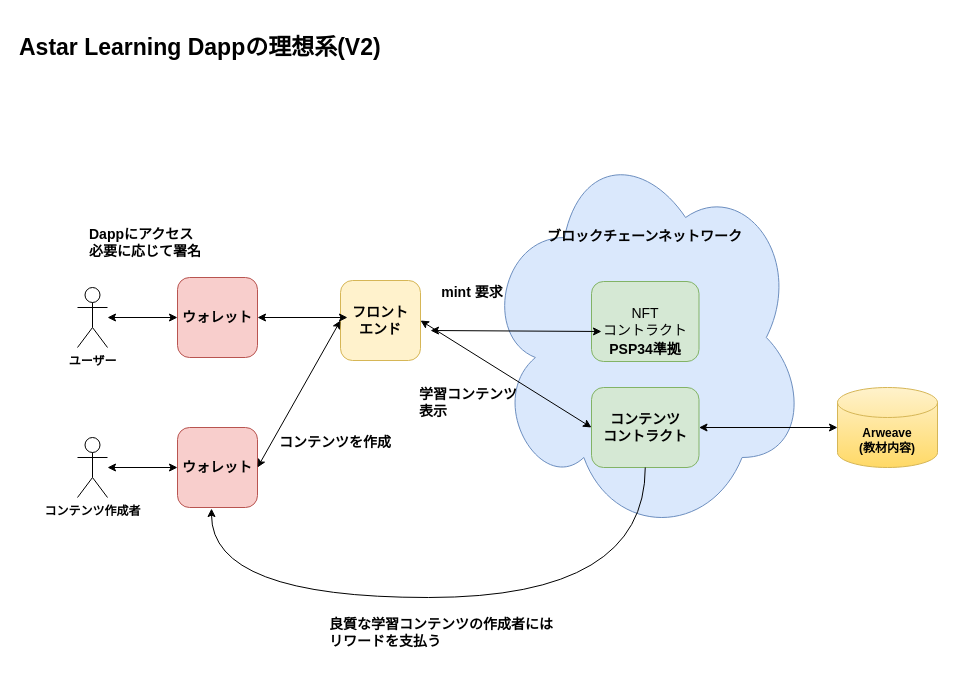
mashharuki/AstarLearning keeps this draw.io diagram as page "理想" (2 of 3) of docs/システム構成イメージ.drawio. Above is the earlier version. Source tidied: cells renumbered, new cells numbered last; positions are measured from the earlier drawing's top-left corner, leaving out a move shared by most shapes. Both pictures are drawn from the tidied source at 100%, with x=0, y=0 at pixel (17, 17).
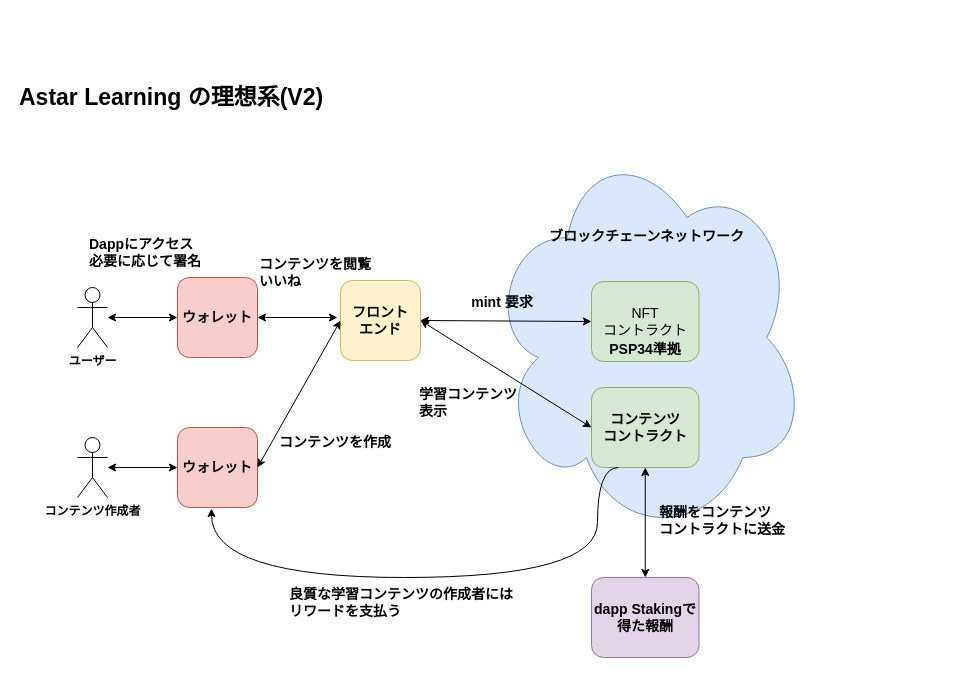
The same page after the edit.

Unchanged cells that the change refers to:
```xml
<mxCell id="4" value="ウォレット" style="rounded=1;whiteSpace=wrap;html=1;fontSize=14;fillColor=#f8cecc;strokeColor=#b85450;fontStyle=1;" parent="1" vertex="1">
  <mxGeometry x="160" y="260" width="80" height="80" as="geometry" />
</mxCell>
<mxCell id="5" value="フロント&lt;br&gt;エンド" style="rounded=1;whiteSpace=wrap;html=1;fontSize=14;fillColor=#fff2cc;strokeColor=#d6b656;fontStyle=1;" parent="1" vertex="1">
  <mxGeometry x="323" y="263" width="80" height="80" as="geometry" />
</mxCell>
<mxCell id="6" value="NFT&lt;br&gt;コントラクト" style="rounded=1;whiteSpace=wrap;html=1;fontSize=14;fillColor=#d5e8d4;strokeColor=#82b366;" parent="1" vertex="1">
  <mxGeometry x="574" y="264" width="107.5" height="80" as="geometry" />
</mxCell>
<mxCell id="14" value="コンテンツ&lt;br&gt;コントラクト" style="rounded=1;whiteSpace=wrap;html=1;fontSize=14;fillColor=#d5e8d4;strokeColor=#82b366;fontStyle=1;" parent="1" vertex="1">
  <mxGeometry x="574" y="370" width="107.5" height="80" as="geometry" />
</mxCell>
<mxCell id="17" value="ウォレット" style="rounded=1;whiteSpace=wrap;html=1;fontSize=14;fillColor=#f8cecc;strokeColor=#b85450;fontStyle=1;" parent="1" vertex="1">
  <mxGeometry x="160" y="410" width="80" height="80" as="geometry" />
</mxCell>
```

Change to the diagram source:
```diff
@@
     <mxCell id="3" value="&lt;br&gt;&lt;br&gt;&lt;br&gt;&lt;br&gt;&lt;br&gt;ブロックチェーンネットワーク" style="ellipse;shape=cloud;whiteSpace=wrap;html=1;fillColor=#dae8fc;strokeColor=#6c8ebf;verticalAlign=top;fontStyle=1;fontSize=14;" parent="1" vertex="1">
-      <mxGeometry x="466.2" y="120" width="323" height="400" as="geometry" />
+      <mxGeometry x="470" y="120" width="319.2" height="400" as="geometry" />
     </mxCell>
@@
-    <mxCell id="7" style="endArrow=classic;startArrow=classic;html=1;rounded=0;fontSize=14;exitX=1;exitY=0.5;exitDx=0;exitDy=0;entryX=0;entryY=0.5;entryDx=0;entryDy=0;entryPerimeter=0;" parent="1" edge="1" source="14" target="24">
-      <mxGeometry relative="1" as="geometry" />
-    </mxCell>
     <mxCell id="8" style="endArrow=classic;startArrow=classic;html=1;rounded=0;fontSize=14;exitX=1;exitY=0.5;exitDx=0;exitDy=0;" parent="1" edge="1" source="4">
       <mxGeometry relative="1" as="geometry">
-        <mxPoint x="330" y="300" as="targetPoint" />
+        <mxPoint x="320" y="300" as="targetPoint" />
       </mxGeometry>
     </mxCell>
@@
     <mxCell id="10" value="Dappにアクセス&lt;br&gt;必要に応じて署名" style="text;html=1;strokeColor=none;fillColor=none;align=left;verticalAlign=middle;whiteSpace=wrap;rounded=0;fontSize=14;fontStyle=1;" parent="1" vertex="1">
-      <mxGeometry x="70" y="210" width="130" height="30" as="geometry" />
+      <mxGeometry x="70" y="220" width="130" height="30" as="geometry" />
     </mxCell>
     <mxCell id="11" value="mint 要求" style="text;html=1;strokeColor=none;fillColor=none;align=center;verticalAlign=middle;whiteSpace=wrap;rounded=0;fontSize=14;fontStyle=1;" parent="1" vertex="1">
-      <mxGeometry x="410" y="260" width="90" height="30" as="geometry" />
+      <mxGeometry x="440" y="270" width="90" height="30" as="geometry" />
     </mxCell>
-    <mxCell id="12" value="Astar Learning Dappの理想系(V2)" style="text;html=1;strokeColor=none;fillColor=none;align=left;verticalAlign=middle;whiteSpace=wrap;rounded=0;fontSize=23;fontStyle=1;" parent="1" vertex="1">
-      <mxGeometry width="430" height="60" as="geometry" />
+    <mxCell id="12" value="Astar Learning の理想系(V2)" style="text;html=1;strokeColor=none;fillColor=none;align=left;verticalAlign=middle;whiteSpace=wrap;rounded=0;fontSize=23;fontStyle=1;" parent="1" vertex="1">
+      <mxGeometry y="50" width="361" height="60" as="geometry" />
     </mxCell>
@@
-    <mxCell id="22" style="endArrow=classic;html=1;rounded=0;fontSize=14;exitX=0.5;exitY=1;exitDx=0;exitDy=0;entryX=0.425;entryY=1.013;entryDx=0;entryDy=0;entryPerimeter=0;edgeStyle=orthogonalEdgeStyle;curved=1;" parent="1" edge="1" source="14" target="17">
+    <mxCell id="22" style="endArrow=classic;html=1;rounded=0;fontSize=14;entryX=0.425;entryY=1.013;entryDx=0;entryDy=0;entryPerimeter=0;edgeStyle=orthogonalEdgeStyle;curved=1;exitX=0.25;exitY=1;exitDx=0;exitDy=0;" parent="1" edge="1" source="14" target="17">
       <mxGeometry relative="1" as="geometry">
         <Array as="points">
-          <mxPoint x="628" y="580" />
-          <mxPoint x="194" y="580" />
+          <mxPoint x="580" y="450" />
+          <mxPoint x="580" y="560" />
+          <mxPoint x="194" y="560" />
         </Array>
       </mxGeometry>
     </mxCell>
     <mxCell id="23" value="良質な学習コンテンツの作成者にはリワードを支払う" style="text;html=1;strokeColor=none;fillColor=none;align=left;verticalAlign=middle;whiteSpace=wrap;rounded=0;fontSize=14;fontStyle=1;" parent="1" vertex="1">
-      <mxGeometry x="310" y="600" width="230" height="30" as="geometry" />
+      <mxGeometry x="270" y="570" width="230" height="30" as="geometry" />
     </mxCell>
-    <mxCell id="24" value="Arweave&lt;br&gt;(教材内容)" style="shape=cylinder3;whiteSpace=wrap;html=1;boundedLbl=1;backgroundOutline=1;size=15;fontStyle=1;fillColor=#fff2cc;gradientColor=#ffd966;strokeColor=#d6b656;" parent="1" vertex="1">
-      <mxGeometry x="820" y="370" width="100" height="80" as="geometry" />
-    </mxCell>
-    <mxCell id="25" style="endArrow=classic;startArrow=classic;html=1;rounded=0;fontSize=14;exitX=1;exitY=0.5;exitDx=0;exitDy=0;" parent="1" edge="1">
-      <mxGeometry relative="1" as="geometry">
-        <mxPoint x="413" y="313" as="sourcePoint" />
-        <mxPoint x="584" y="314" as="targetPoint" />
-      </mxGeometry>
+    <mxCell id="25" style="endArrow=classic;startArrow=classic;html=1;rounded=0;fontSize=14;exitX=1;exitY=0.5;exitDx=0;exitDy=0;entryX=0;entryY=0.5;entryDx=0;entryDy=0;" parent="1" edge="1" source="5" target="6">
+      <mxGeometry relative="1" as="geometry" />
     </mxCell>
+    <mxCell id="26" value="dapp Stakingで&lt;br&gt;得た報酬" style="rounded=1;whiteSpace=wrap;html=1;fontSize=14;fillColor=#e1d5e7;strokeColor=#9673a6;fontStyle=1;" parent="1" vertex="1">
+      <mxGeometry x="574" y="560" width="107.5" height="80" as="geometry" />
+    </mxCell>
+    <mxCell id="27" style="endArrow=classic;startArrow=classic;html=1;rounded=0;fontSize=14;entryX=0.5;entryY=1;entryDx=0;entryDy=0;exitX=0.5;exitY=0;exitDx=0;exitDy=0;" parent="1" edge="1" source="26" target="14">
+      <mxGeometry relative="1" as="geometry" />
+    </mxCell>
+    <mxCell id="28" value="報酬をコンテンツ&lt;br&gt;コントラクトに送金" style="text;html=1;strokeColor=none;fillColor=none;align=left;verticalAlign=middle;whiteSpace=wrap;rounded=0;fontSize=14;fontStyle=1;" parent="1" vertex="1">
+      <mxGeometry x="640" y="483" width="140" height="40" as="geometry" />
+    </mxCell>
+    <mxCell id="29" value="コンテンツを閲覧&lt;br&gt;いいね" style="text;html=1;strokeColor=none;fillColor=none;align=left;verticalAlign=middle;whiteSpace=wrap;rounded=0;fontSize=14;fontStyle=1;" parent="1" vertex="1">
+      <mxGeometry x="240" y="240" width="130" height="30" as="geometry" />
+    </mxCell>
```
